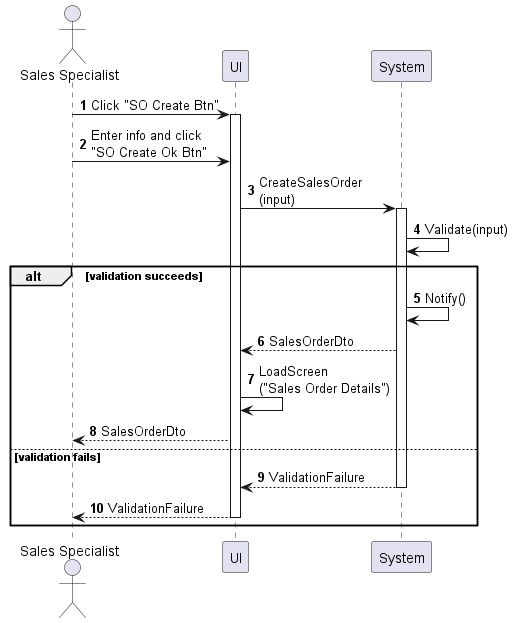
This is sequences/sales-order-create.png from phihungha/scmss-reqs, a PlantUML export, as it was before one commit.
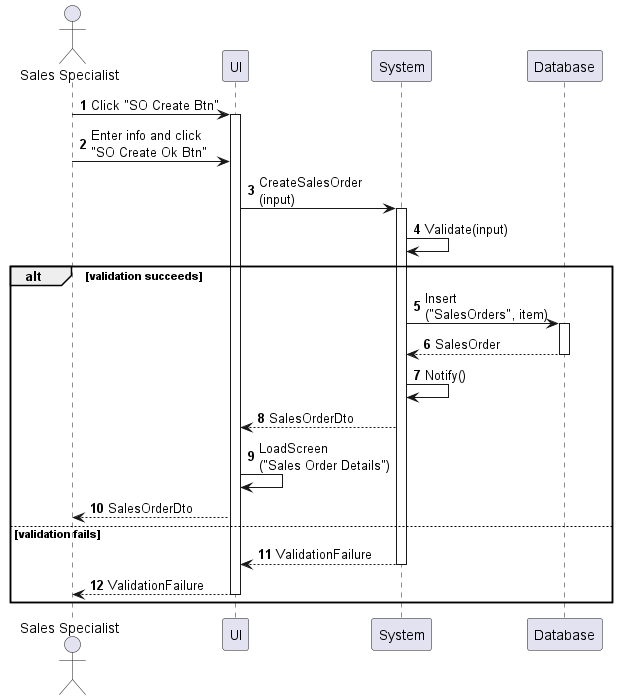
Later version of the same file.

The edit, as a diff of the source:
```diff
@@ -4,6 +4,7 @@
 actor "Sales Specialist" as a
 participant UI as f
 participant System as b
+participant Database as d
 
 a -> f : Click "SO Create Btn"
 activate f
@@ -13,6 +14,9 @@
 b -> b : Validate(input)
 
 alt validation succeeds
+    b -> d : Insert\n("SalesOrders", item)
+    activate d
+    return SalesOrder
     b -> b : Notify()
     b --> f : SalesOrderDto
     f -> f : LoadScreen\n("Sales Order Details")
```
